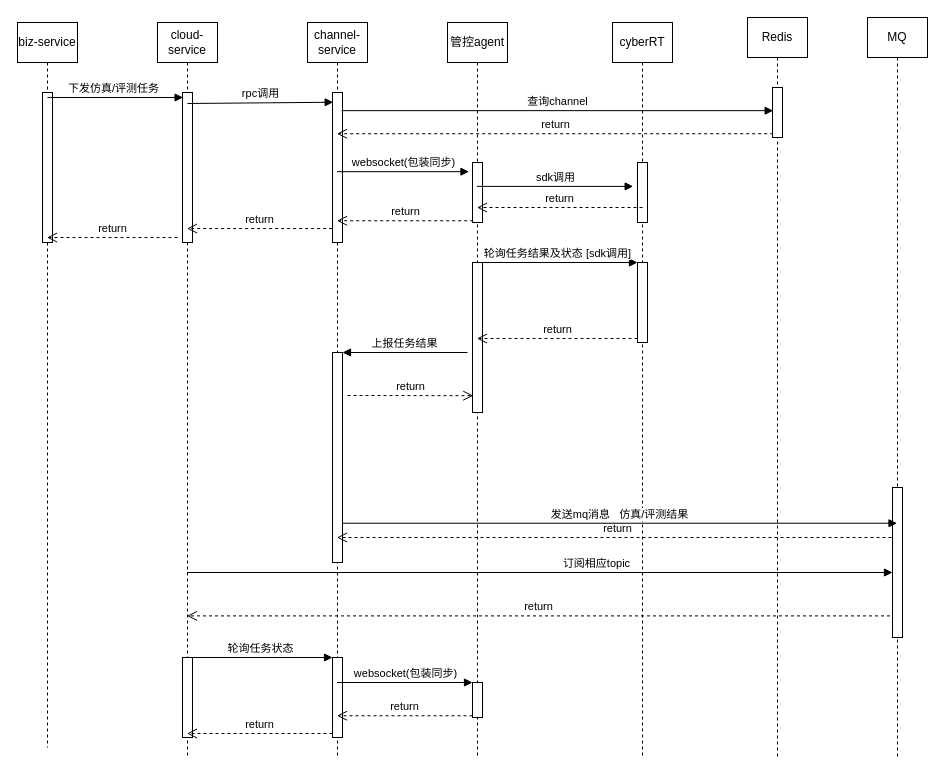
This is page "第 0 页" (1 of 6) of 调度时序图.drawio from adwars/adwars, a draw.io file, before an edit. Source tidied: cells renumbered, new cells numbered last; positions are measured from the earlier drawing's top-left corner, leaving out a move shared by most shapes. Both pictures are drawn from the tidied source at 100%, with x=0, y=0 at pixel (17, 17).
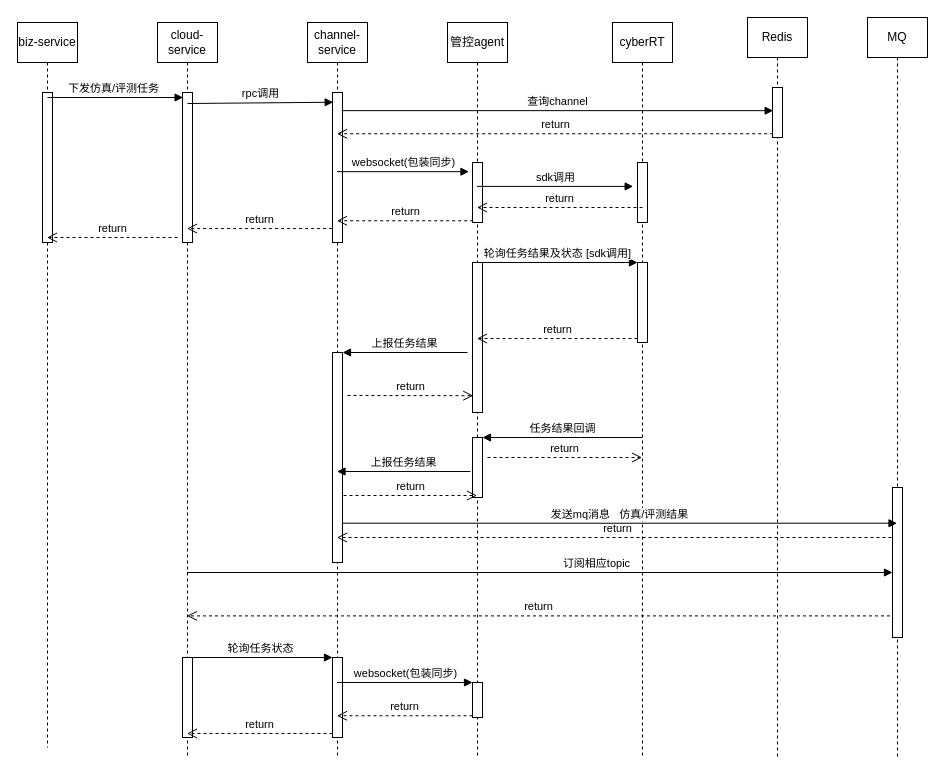
The same page after the edit.

The change refers to these unchanged cells:
```xml
<mxCell id="5" value="channel-service" style="shape=umlLifeline;perimeter=lifelinePerimeter;whiteSpace=wrap;html=1;outlineConnect=0;" parent="1" vertex="1">
  <mxGeometry x="290" y="5" width="60" height="735" as="geometry" />
</mxCell>
<mxCell id="7" style="html=1;points=[];perimeter=orthogonalPerimeter;" parent="5" vertex="1">
  <mxGeometry x="25" y="330" width="10" height="210" as="geometry" />
</mxCell>
<mxCell id="9" value="管控agent" style="shape=umlLifeline;perimeter=lifelinePerimeter;whiteSpace=wrap;html=1;outlineConnect=0;" parent="1" vertex="1">
  <mxGeometry x="430" y="5" width="60" height="735" as="geometry" />
</mxCell>
```

What changed in the source:
```diff
@@
+    <mxCell id="44" style="html=1;points=[];perimeter=orthogonalPerimeter;" parent="9" vertex="1">
+      <mxGeometry x="25" y="415" width="10" height="60" as="geometry" />
+    </mxCell>
+    <mxCell id="45" value="任务结果回调" style="html=1;verticalAlign=bottom;endArrow=block;entryX=1;entryY=0;rounded=0;" parent="9" edge="1" target="44">
+      <mxGeometry relative="1" as="geometry">
+        <mxPoint x="194.5" y="415" as="sourcePoint" />
+      </mxGeometry>
+    </mxCell>
+    <mxCell id="46" value="return" style="html=1;verticalAlign=bottom;endArrow=open;dashed=1;endSize=8;rounded=0;" parent="9" edge="1">
+      <mxGeometry relative="1" as="geometry">
+        <mxPoint x="40" y="435" as="sourcePoint" />
+        <mxPoint x="194.5" y="435" as="targetPoint" />
+      </mxGeometry>
+    </mxCell>
@@
+    <mxCell id="47" value="上报任务结果" style="html=1;verticalAlign=bottom;endArrow=block;rounded=0;exitX=-0.2;exitY=0.567;exitDx=0;exitDy=0;exitPerimeter=0;" parent="1" edge="1" source="44" target="5">
+      <mxGeometry relative="1" as="geometry" />
+    </mxCell>
+    <mxCell id="48" value="return" style="html=1;verticalAlign=bottom;endArrow=open;dashed=1;endSize=8;rounded=0;exitX=1.1;exitY=0.681;exitDx=0;exitDy=0;exitPerimeter=0;" parent="1" edge="1" source="7" target="9">
+      <mxGeometry relative="1" as="geometry" />
+    </mxCell>
```
